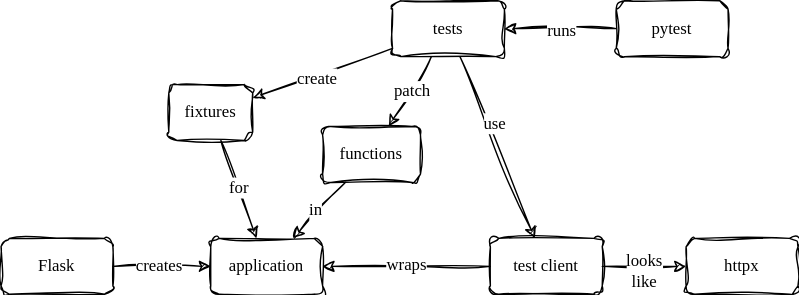
The draw.io diagram 05_test/test_concept_map.svg in lessonomicon/webonomicon, before a commit. Source tidied: cells renumbered, new cells last; positions are measured from the earlier drawing's top-left corner, leaving out a move shared by most shapes.
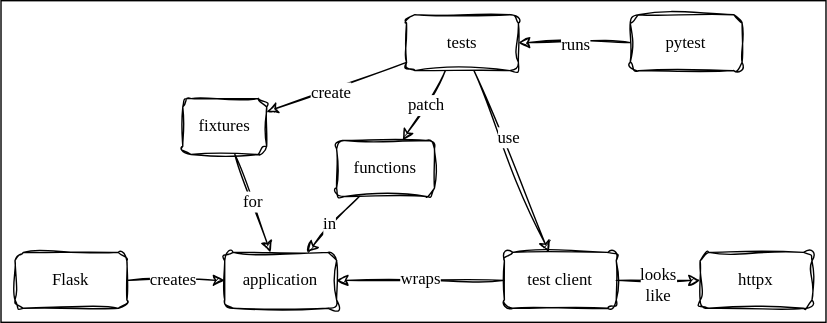
Later version of the same file.

Change to the diagram source:
```diff
@@ -2,6 +2,9 @@
   <root>
     <mxCell id="0" />
     <mxCell id="1" parent="0" />
+    <mxCell id="28" style="rounded=0;whiteSpace=wrap;html=1;hachureGap=4;fontFamily=Architects Daughter;fontSource=https%3A%2F%2Ffonts.googleapis.com%2Fcss%3Ffamily%3DArchitects%2BDaughter;" parent="1" vertex="1">
+      <mxGeometry x="-10" y="-10" width="590" height="230" as="geometry" />
+    </mxCell>
     <mxCell id="2" value="Flask" style="rounded=1;whiteSpace=wrap;html=1;sketch=1;hachureGap=4;jiggle=2;curveFitting=1;fontFamily=Comic Sans MS;fillColor=none;fontSize=12;" parent="1" vertex="1">
       <mxGeometry y="170" width="80" height="40" as="geometry" />
     </mxCell>
```
